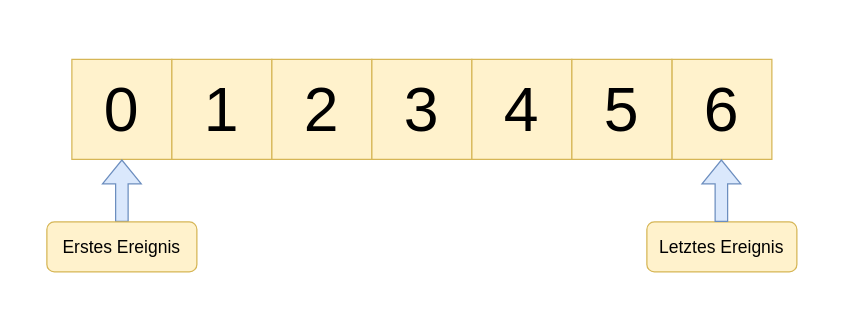
Above: Unbenanntes Diagramm.drawio in MightySarabor/kafkaPizza (draw.io), before the change. Source tidied: cells renumbered, new cells numbered last; positions are measured from the earlier drawing's top-left corner, leaving out a move shared by most shapes. Both pictures are drawn from the tidied source at 125%, with x=0, y=0 at pixel (46, 59).
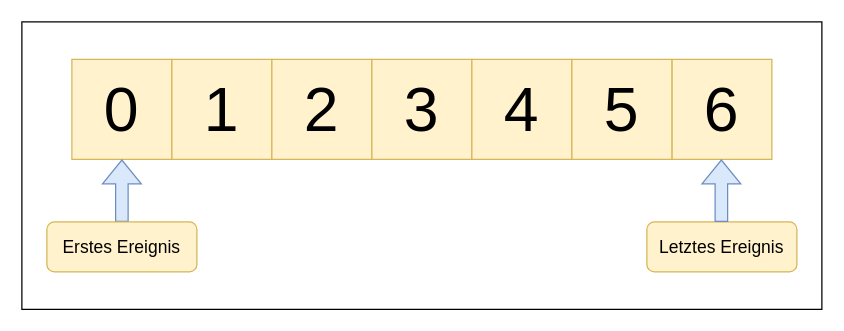
The same page after the edit.

Commit message:
Rahmen hinzugefügt

What changed in the source:
```diff
@@
 <mxGraphModel>
   <root>
     <mxCell id="0" />
     <mxCell id="1" parent="0" />
+    <mxCell id="13" style="rounded=0;whiteSpace=wrap;html=1;fontSize=14;" parent="1" vertex="1">
+      <mxGeometry x="-20" y="-30" width="640" height="230" as="geometry" />
+    </mxCell>
     <mxCell id="2" value="&lt;font style=&quot;font-size: 50px;&quot;&gt;0&lt;/font&gt;" style="whiteSpace=wrap;html=1;fillColor=#fff2cc;strokeColor=#d6b656;" parent="1" vertex="1">
       <mxGeometry x="20" width="80" height="80" as="geometry" />
     </mxCell>
     <mxCell id="3" value="1" style="whiteSpace=wrap;html=1;fillColor=#fff2cc;strokeColor=#d6b656;fontSize=50;" parent="1" vertex="1">
       <mxGeometry x="100" width="80" height="80" as="geometry" />
     </mxCell>
     <mxCell id="4" value="2" style="whiteSpace=wrap;html=1;fillColor=#fff2cc;strokeColor=#d6b656;fontSize=50;" parent="1" vertex="1">
       <mxGeometry x="180" width="80" height="80" as="geometry" />
     </mxCell>
     <mxCell id="5" value="3" style="whiteSpace=wrap;html=1;fillColor=#fff2cc;strokeColor=#d6b656;fontSize=50;" parent="1" vertex="1">
       <mxGeometry x="260" width="80" height="80" as="geometry" />
     </mxCell>
     <mxCell id="6" value="4" style="whiteSpace=wrap;html=1;fillColor=#fff2cc;strokeColor=#d6b656;fontSize=50;" parent="1" vertex="1">
       <mxGeometry x="340" width="80" height="80" as="geometry" />
     </mxCell>
     <mxCell id="7" value="&lt;font style=&quot;font-size: 50px;&quot;&gt;6&lt;/font&gt;" style="whiteSpace=wrap;html=1;fillColor=#fff2cc;strokeColor=#d6b656;" parent="1" vertex="1">
       <mxGeometry x="500" width="80" height="80" as="geometry" />
     </mxCell>
     <mxCell id="8" value="&lt;font style=&quot;font-size: 50px;&quot;&gt;5&lt;/font&gt;" style="whiteSpace=wrap;html=1;fillColor=#fff2cc;strokeColor=#d6b656;" parent="1" vertex="1">
       <mxGeometry x="420" width="80" height="80" as="geometry" />
     </mxCell>
     <mxCell id="9" style="shape=flexArrow;endArrow=classic;html=1;rounded=0;fontSize=50;fillColor=#dae8fc;strokeColor=#6c8ebf;" parent="1" edge="1" source="10" target="2">
       <mxGeometry relative="1" as="geometry" />
     </mxCell>
     <mxCell id="10" value="&lt;font style=&quot;font-size: 14px; line-height: 0.5;&quot;&gt;Erstes Ereignis&lt;/font&gt;" style="rounded=1;whiteSpace=wrap;html=1;fontSize=50;fillColor=#fff2cc;strokeColor=#d6b656;textDirection=ltr;verticalAlign=bottom;horizontal=1;" parent="1" vertex="1">
       <mxGeometry y="130" width="120" height="40" as="geometry" />
     </mxCell>
     <mxCell id="11" value="&lt;font style=&quot;font-size: 14px; line-height: 0.5;&quot;&gt;Letztes Ereignis&lt;/font&gt;" style="rounded=1;whiteSpace=wrap;html=1;fontSize=50;fillColor=#fff2cc;strokeColor=#d6b656;textDirection=ltr;verticalAlign=bottom;horizontal=1;" parent="1" vertex="1">
       <mxGeometry x="480" y="130" width="120" height="40" as="geometry" />
     </mxCell>
     <mxCell id="12" style="shape=flexArrow;endArrow=classic;html=1;rounded=0;fontSize=50;fillColor=#dae8fc;strokeColor=#6c8ebf;" parent="1" edge="1">
       <mxGeometry relative="1" as="geometry">
         <mxPoint x="539.6" y="130" as="sourcePoint" />
         <mxPoint x="539.6" y="80" as="targetPoint" />
       </mxGeometry>
     </mxCell>
   </root>
 </mxGraphModel>
```
